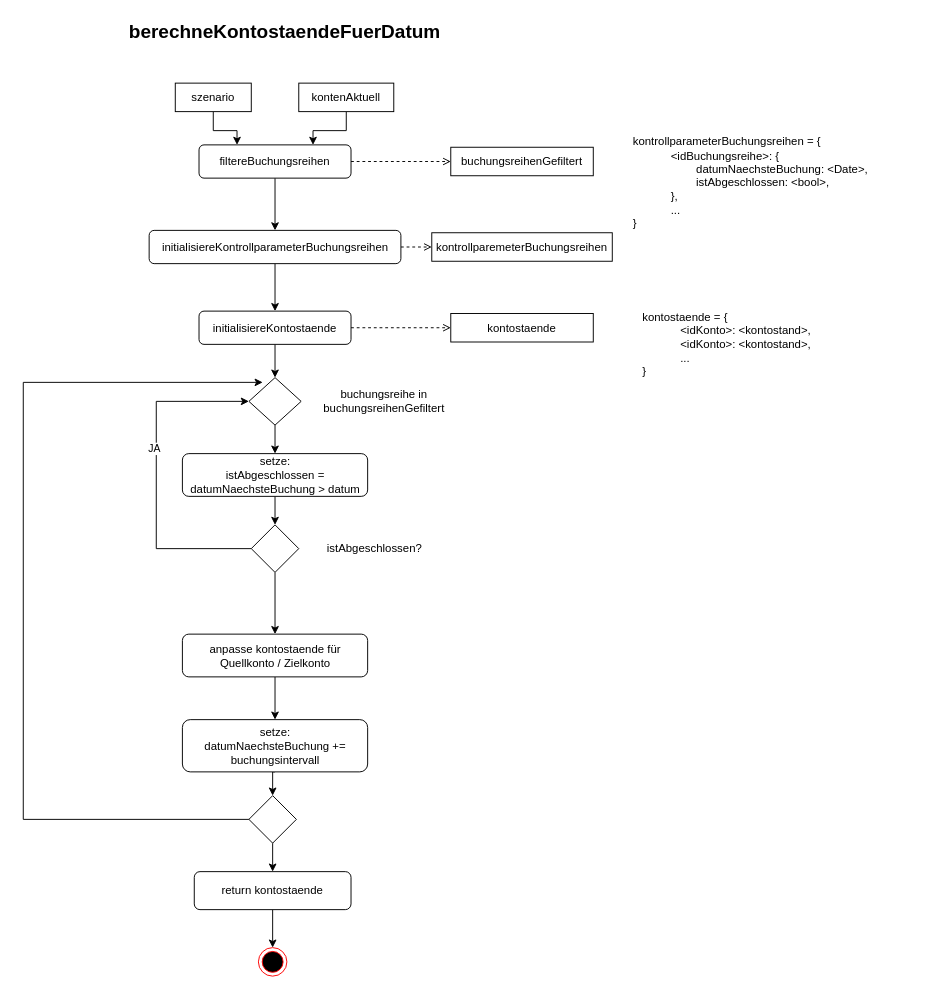
Earlier version of the draw.io diagram page "Zeitpunkt" (1 of 3) of design/Funktionen.drawio (wunscha/finanzplaner). Source tidied: cells renumbered, new cells numbered last; positions are measured from the earlier drawing's top-left corner, leaving out a move shared by most shapes. Both pictures are drawn from the tidied source at 95%, with x=0, y=0 at pixel (23, 16).
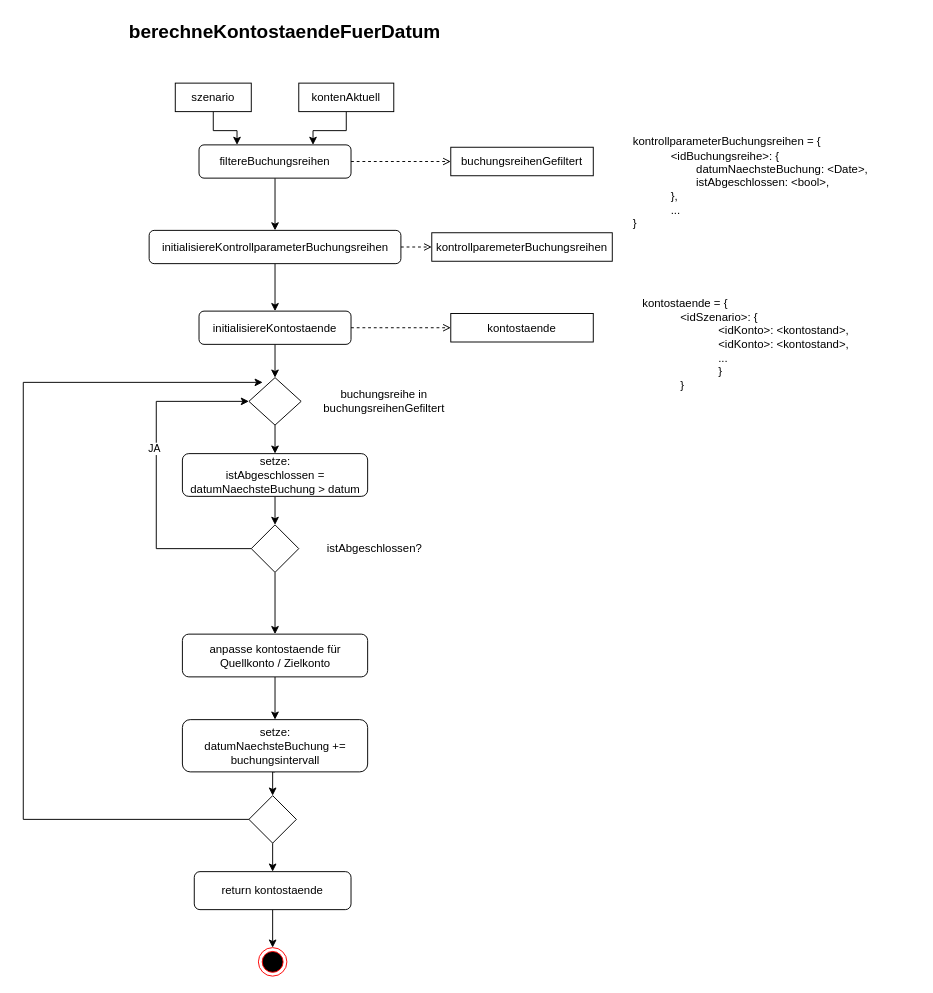
Above is the later version.

Commit message (it also covers changes not shown here):
diagrammdaten zeitpunkt

The edit, as a diff of the source:
```diff
@@
-    <mxCell id="2" value="kontostaende = {&lt;br&gt;&lt;span style=&quot;&quot;&gt;&#9;&lt;/span&gt;&lt;blockquote style=&quot;margin: 0 0 0 40px; border: none; padding: 0px;&quot;&gt;&amp;lt;idKonto&amp;gt;: &amp;lt;kontostand&amp;gt;,&lt;br&gt;&amp;lt;idKonto&amp;gt;: &amp;lt;kontostand&amp;gt;,&lt;br&gt;...&lt;/blockquote&gt;}" style="text;html=1;strokeColor=none;fillColor=none;align=left;verticalAlign=middle;whiteSpace=wrap;rounded=0;" parent="1" vertex="1">
+    <mxCell id="2" value="kontostaende = {&lt;br&gt;&lt;span style=&quot;&quot;&gt;&#9;&lt;/span&gt;&lt;blockquote style=&quot;margin: 0 0 0 40px; border: none; padding: 0px;&quot;&gt;&amp;lt;idSzenario&amp;gt;: {&lt;/blockquote&gt;&lt;blockquote style=&quot;margin: 0 0 0 40px; border: none; padding: 0px;&quot;&gt;&lt;blockquote style=&quot;margin: 0 0 0 40px; border: none; padding: 0px;&quot;&gt;&amp;lt;idKonto&amp;gt;: &amp;lt;kontostand&amp;gt;,&lt;/blockquote&gt;&lt;blockquote style=&quot;margin: 0 0 0 40px; border: none; padding: 0px;&quot;&gt;&amp;lt;idKonto&amp;gt;: &amp;lt;kontostand&amp;gt;,&lt;/blockquote&gt;&lt;blockquote style=&quot;margin: 0 0 0 40px; border: none; padding: 0px;&quot;&gt;...&lt;/blockquote&gt;&lt;blockquote style=&quot;margin: 0 0 0 40px; border: none; padding: 0px;&quot;&gt;}&lt;/blockquote&gt;}&lt;/blockquote&gt;" style="text;html=1;strokeColor=none;fillColor=none;align=left;verticalAlign=middle;whiteSpace=wrap;rounded=0;" parent="1" vertex="1">
       <mxGeometry x="650" y="290" width="290" height="110" as="geometry" />
     </mxCell>
```
